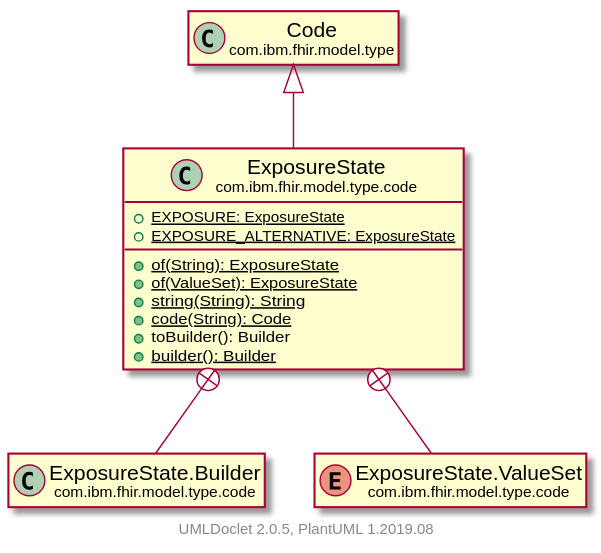
tumblewind/FHIR keeps this PlantUML diagram as javadocs/latest/com/ibm/fhir/model/type/code/ExposureState.svg. Above is the earlier version. Its diagram source:
```plantuml
@startuml
    set namespaceSeparator none
    hide empty fields
    hide empty methods

    class "<size:14>ExposureState\n<size:10>com.ibm.fhir.model.type.code" as com.ibm.fhir.model.type.code.ExposureState [[ExposureState.html]] {
        {static} +EXPOSURE: ExposureState
        {static} +EXPOSURE_ALTERNATIVE: ExposureState
        {static} +of(String): ExposureState
        {static} +of(ValueSet): ExposureState
        {static} +string(String): String
        {static} +code(String): Code
        +toBuilder(): Builder
        {static} +builder(): Builder
    }

    class "<size:14>Code\n<size:10>com.ibm.fhir.model.type" as com.ibm.fhir.model.type.Code [[../Code.html]]
    class "<size:14>ExposureState.Builder\n<size:10>com.ibm.fhir.model.type.code" as com.ibm.fhir.model.type.code.ExposureState.Builder [[ExposureState.Builder.html]]
    enum "<size:14>ExposureState.ValueSet\n<size:10>com.ibm.fhir.model.type.code" as com.ibm.fhir.model.type.code.ExposureState.ValueSet [[ExposureState.ValueSet.html]]

    com.ibm.fhir.model.type.Code <|-- com.ibm.fhir.model.type.code.ExposureState
    com.ibm.fhir.model.type.code.ExposureState +-- com.ibm.fhir.model.type.code.ExposureState.Builder
    com.ibm.fhir.model.type.code.ExposureState +-- com.ibm.fhir.model.type.code.ExposureState.ValueSet

    center footer UMLDoclet 2.0.5, PlantUML 1.2019.08
@enduml
```
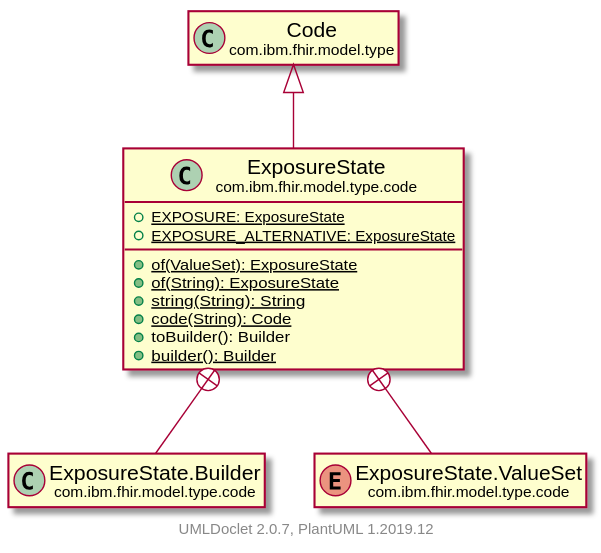
The same file after the commit.

What changed in the source:
```diff
@@ -6,8 +6,8 @@
     class "<size:14>ExposureState\n<size:10>com.ibm.fhir.model.type.code" as com.ibm.fhir.model.type.code.ExposureState [[ExposureState.html]] {
         {static} +EXPOSURE: ExposureState
         {static} +EXPOSURE_ALTERNATIVE: ExposureState
+        {static} +of(ValueSet): ExposureState
         {static} +of(String): ExposureState
-        {static} +of(ValueSet): ExposureState
         {static} +string(String): String
         {static} +code(String): Code
         +toBuilder(): Builder
@@ -22,5 +22,5 @@
     com.ibm.fhir.model.type.code.ExposureState +-- com.ibm.fhir.model.type.code.ExposureState.Builder
     com.ibm.fhir.model.type.code.ExposureState +-- com.ibm.fhir.model.type.code.ExposureState.ValueSet
 
-    center footer UMLDoclet 2.0.5, PlantUML 1.2019.08
+    center footer UMLDoclet 2.0.7, PlantUML 1.2019.12
 @enduml
```
